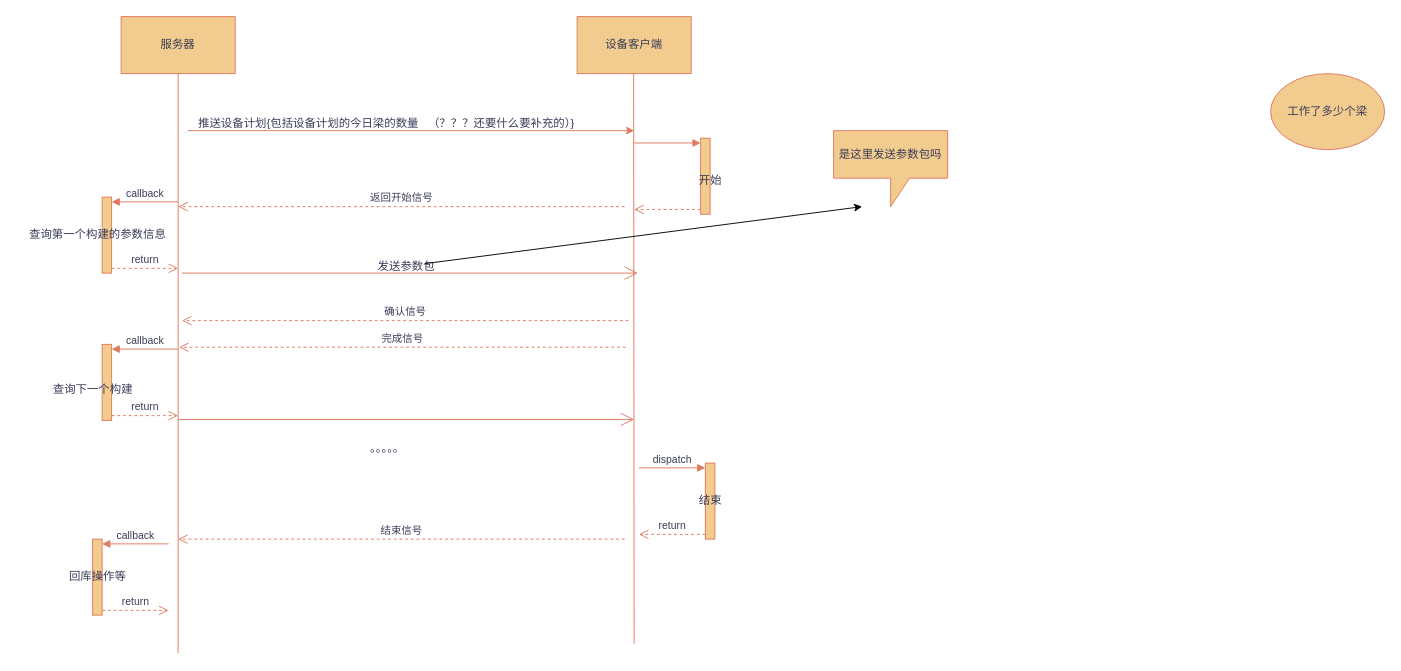
ChengziMao/helloword keeps this draw.io diagram as 狮子洋设备.drawio. Above is the earlier version. Source tidied: cells renumbered, new cells numbered last; positions are measured from the earlier drawing's top-left corner, leaving out a move shared by most shapes. Both pictures are drawn from the tidied source at 95%, with x=0, y=0 at pixel (16, 16).
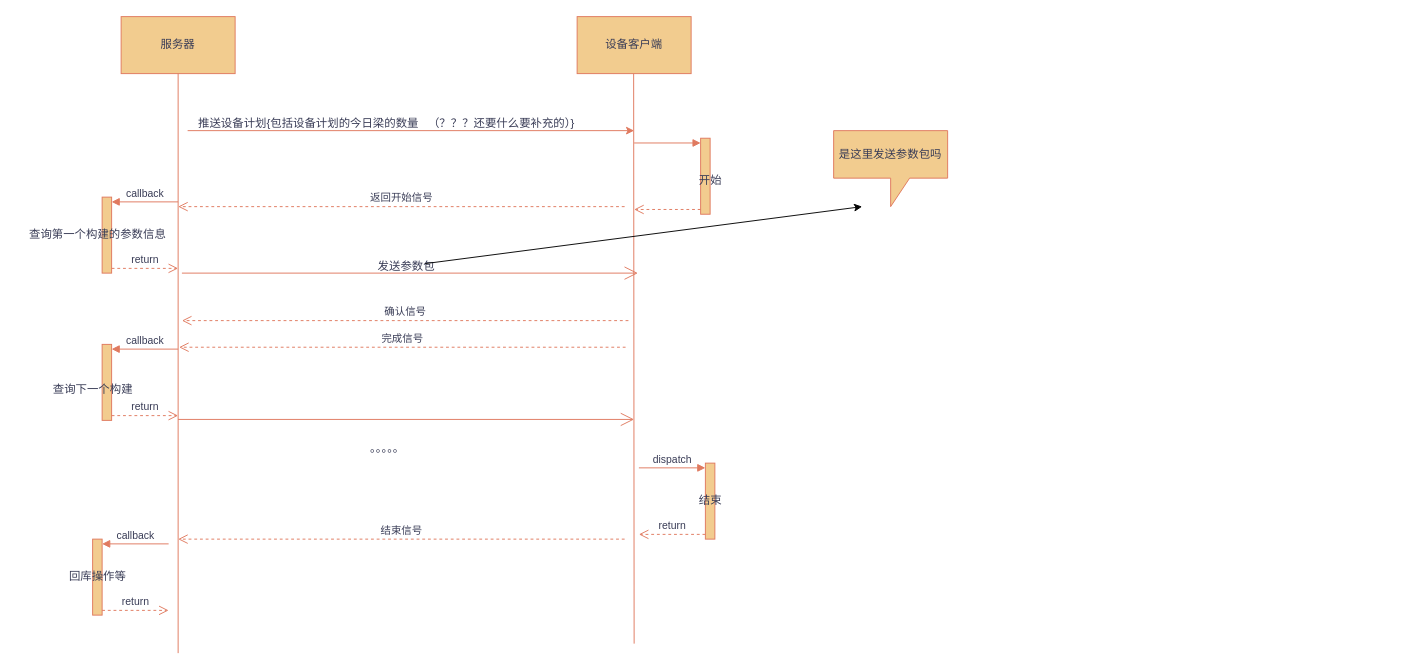
The same diagram, later.

Commit message (it also covers changes not shown here):
更新狮子洋设备.drawio

What changed in the source:
```diff
@@
-    <mxCell id="2" value="工作了多少个梁" style="ellipse;whiteSpace=wrap;html=1;labelBackgroundColor=none;fillColor=#F2CC8F;strokeColor=#E07A5F;fontColor=#393C56;" parent="1" vertex="1">
-      <mxGeometry x="1320" y="60" width="120" height="80" as="geometry" />
-    </mxCell>
```
